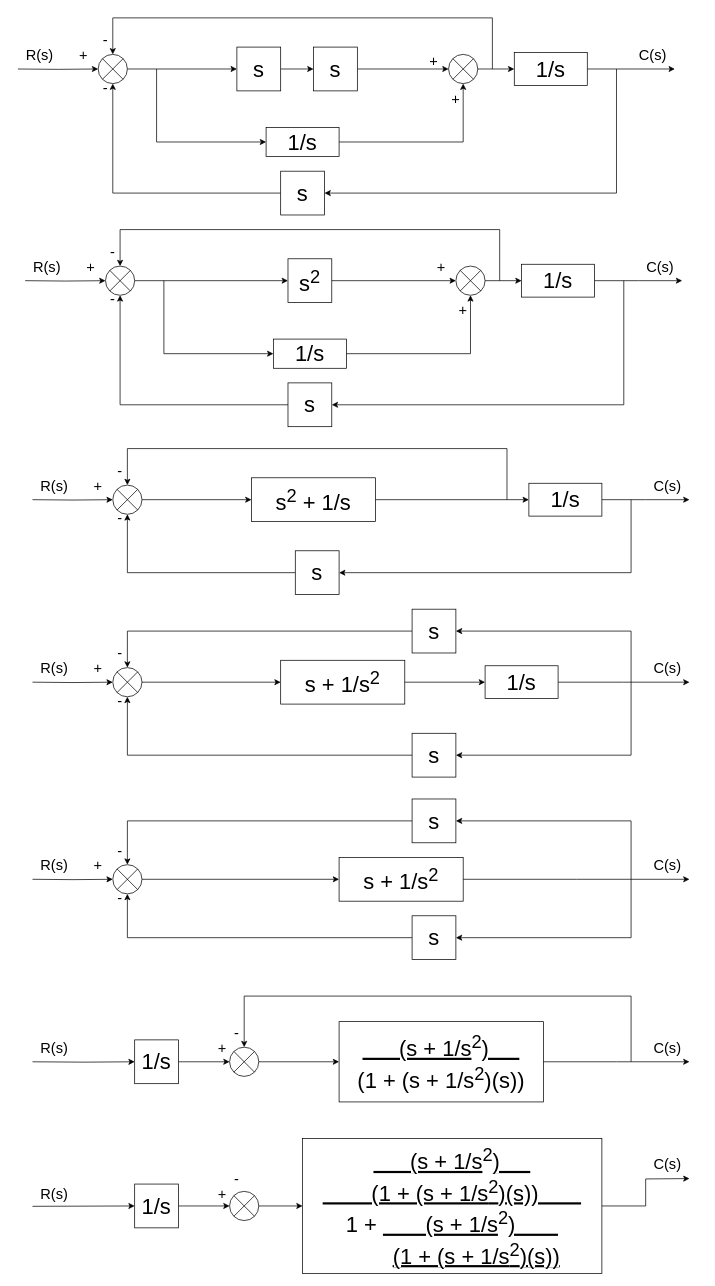
This is Seatwork2_VISTE.drawio from TebbyKape/CPE121, a draw.io file, before an edit. Source tidied: cells renumbered, new cells numbered last; positions are measured from the earlier drawing's top-left corner, leaving out a move shared by most shapes. Both pictures are drawn from the tidied source at 73%, with x=0, y=0 at pixel (18, 18).
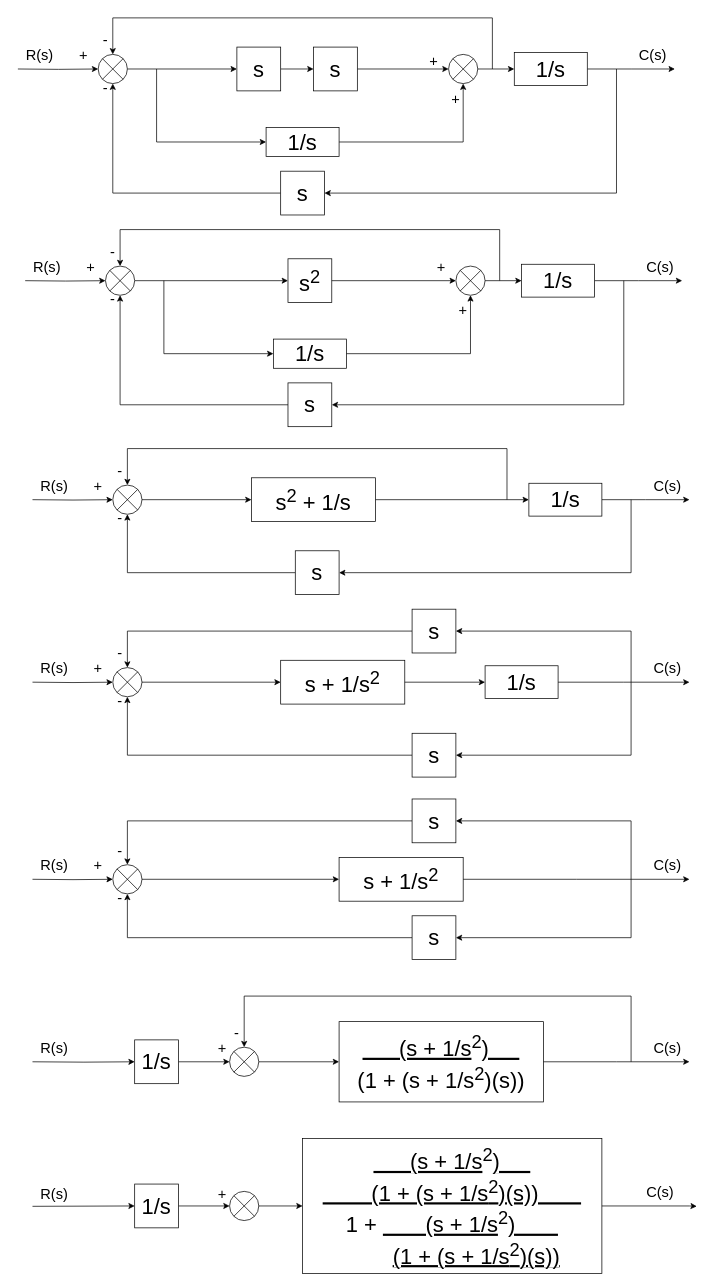
After the change.

Unchanged cells that the change refers to:
```xml
<mxCell id="114" value="&lt;font style=&quot;font-size: 30px&quot;&gt;&lt;u&gt;&amp;nbsp; &amp;nbsp; &amp;nbsp; (s&amp;nbsp;+ 1/s&lt;/u&gt;&lt;sup&gt;2&lt;/sup&gt;&lt;u&gt;)&amp;nbsp; &amp;nbsp; &amp;nbsp;&lt;/u&gt;&lt;br&gt;&lt;u&gt;&amp;nbsp; &amp;nbsp; &amp;nbsp; &amp;nbsp; (1 + (s&amp;nbsp;+ 1/s&lt;sup&gt;2&lt;/sup&gt;)(s))&amp;nbsp; &amp;nbsp; &amp;nbsp; &amp;nbsp;&lt;/u&gt;&lt;br&gt;1 +&amp;nbsp;&lt;u&gt;&amp;nbsp;&amp;nbsp; &amp;nbsp; &amp;nbsp; (s&amp;nbsp;+ 1/s&lt;/u&gt;&lt;sup&gt;2&lt;/sup&gt;&lt;u&gt;)&amp;nbsp; &amp;nbsp; &amp;nbsp; &amp;nbsp;&lt;/u&gt;&lt;br&gt;&amp;nbsp; &amp;nbsp; &amp;nbsp; &amp;nbsp;&amp;nbsp;&lt;u&gt;(1 + (s&amp;nbsp;+ 1/s&lt;sup&gt;2&lt;/sup&gt;)(s))&lt;/u&gt;&lt;br&gt;&lt;/font&gt;" style="whiteSpace=wrap;html=1;align=center;newEdgeStyle={&quot;edgeStyle&quot;:&quot;elbowEdgeStyle&quot;,&quot;startArrow&quot;:&quot;none&quot;,&quot;endArrow&quot;:&quot;none&quot;};" parent="1" vertex="1">
  <mxGeometry x="390" y="1535" width="410" height="185" as="geometry" />
</mxCell>
```

What changed in the source:
```diff
@@
     <mxCell id="116" style="edgeStyle=orthogonalEdgeStyle;rounded=0;jettySize=auto;html=1;endArrow=classic;endFill=1;exitX=1;exitY=0.5;exitDx=0;exitDy=0;" parent="1" edge="1" source="114">
       <mxGeometry relative="1" as="geometry">
-        <mxPoint x="920" y="1590" as="targetPoint" />
+        <mxPoint x="930" y="1628" as="targetPoint" />
+        <Array as="points">
+          <mxPoint x="920" y="1628" />
+        </Array>
       </mxGeometry>
     </mxCell>
@@
     <mxCell id="119" value="&lt;font style=&quot;font-size: 20px&quot;&gt;C(s)&lt;/font&gt;" style="text;html=1;strokeColor=none;fillColor=none;align=center;verticalAlign=middle;whiteSpace=wrap;rounded=0;" parent="1" vertex="1">
-      <mxGeometry x="870" y="1560" width="40" height="20" as="geometry" />
+      <mxGeometry x="860" y="1597.5" width="40" height="20" as="geometry" />
     </mxCell>
@@
-    <mxCell id="122" value="&lt;font style=&quot;font-size: 20px&quot;&gt;-&lt;/font&gt;" style="text;html=1;strokeColor=none;fillColor=none;align=center;verticalAlign=middle;whiteSpace=wrap;rounded=0;" parent="1" vertex="1">
-      <mxGeometry x="290" y="1580" width="20" height="20" as="geometry" />
-    </mxCell>
```
